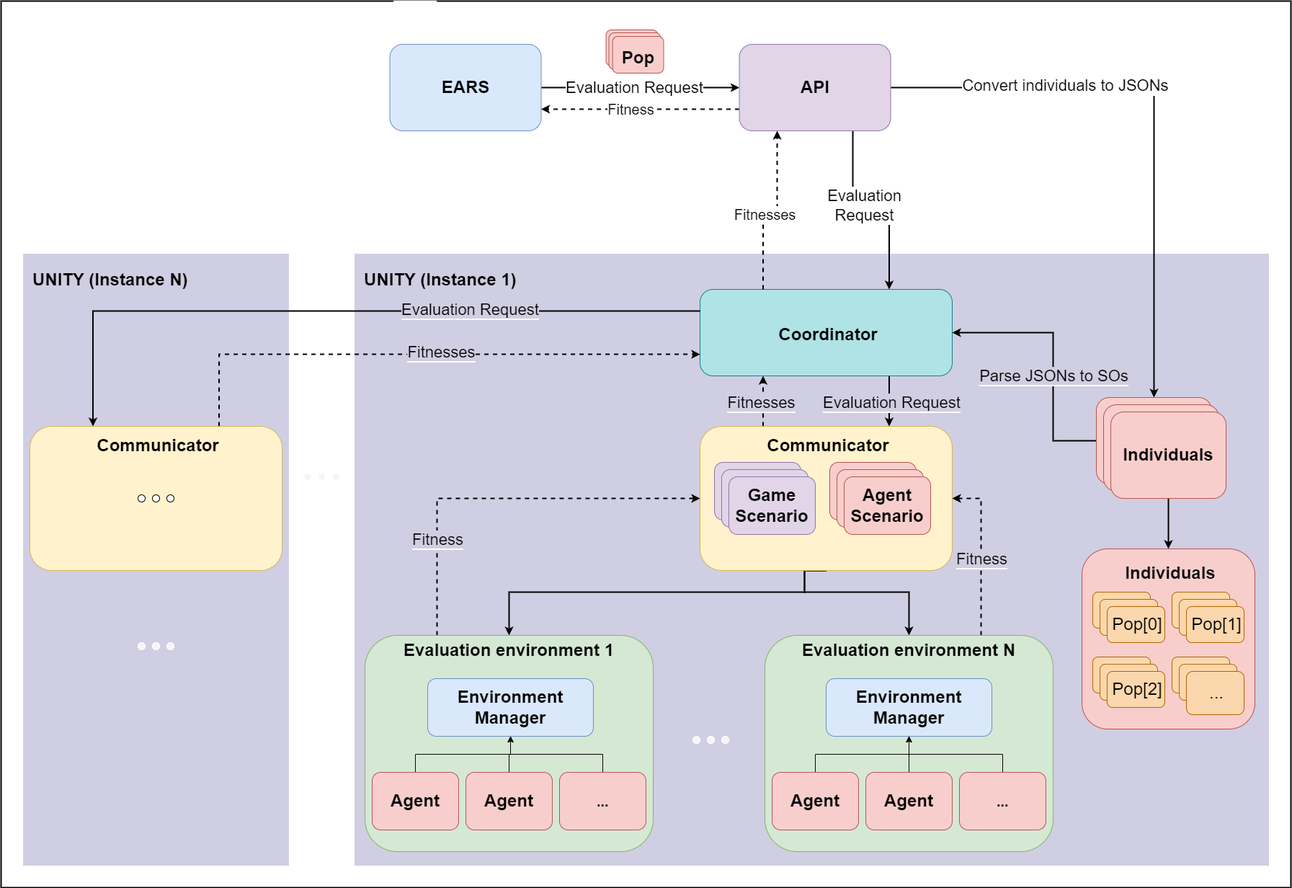
Before: docs/images/platform_architecture_orig.png, a diagram exported from draw.io (UM-LPM/GIANT). Source tidied: cells renumbered, new cells last; positions are measured from the earlier drawing's top-left corner, leaving out a move shared by most shapes.
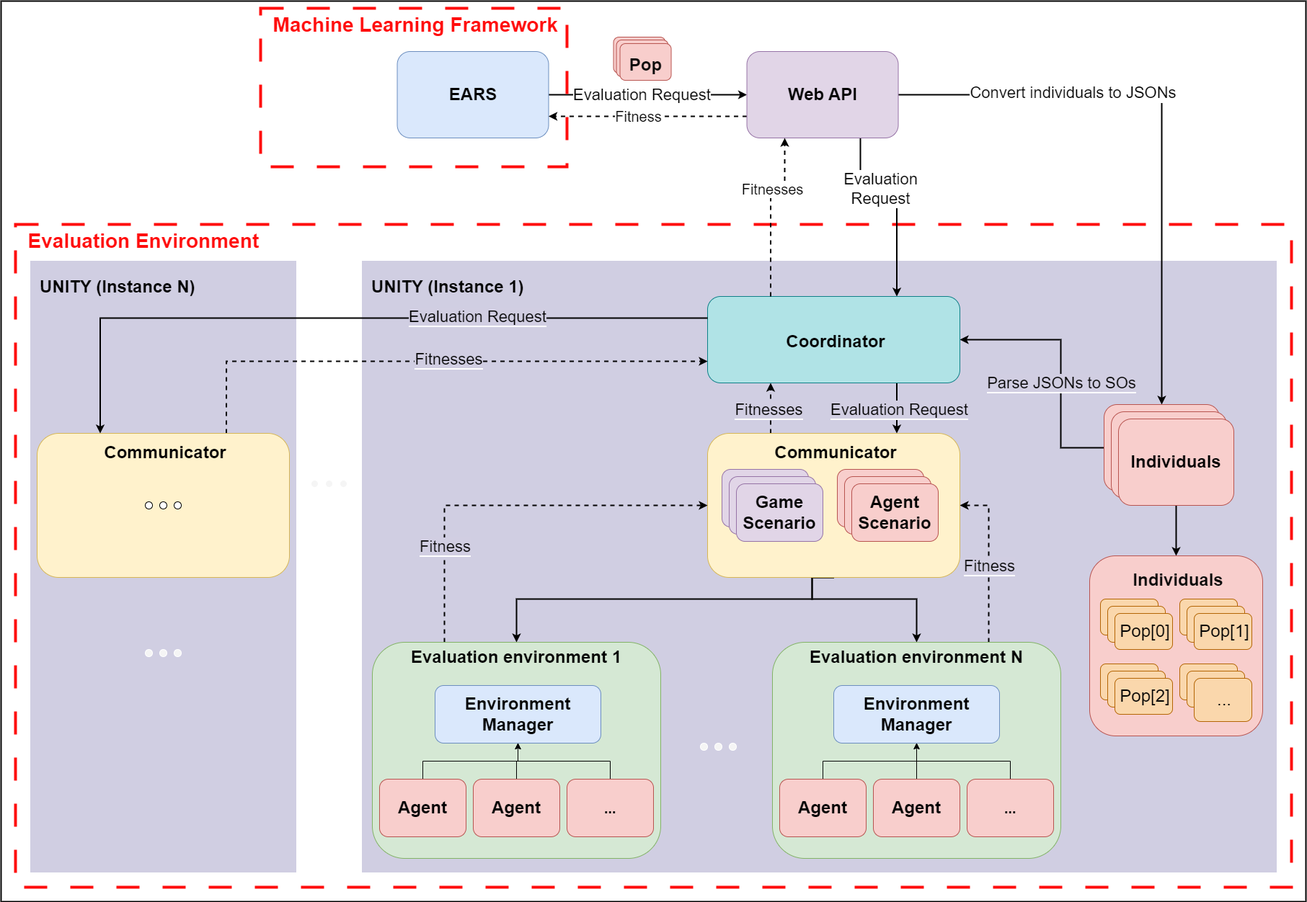
After the change.

The edit, as a diff of the source:
```diff
@@ -3,8 +3,11 @@
     <mxCell id="0" />
     <mxCell id="1" parent="0" />
     <mxCell id="2" value="&lt;h1 style=&quot;line-height: 120%; font-size: 24px;&quot;&gt;&lt;br&gt;&lt;/h1&gt;" style="rounded=0;whiteSpace=wrap;html=1;align=left;verticalAlign=top;glass=0;shadow=0;fontSize=24;labelPosition=center;verticalLabelPosition=middle;spacing=2;spacingLeft=12;fillColor=none;gradientColor=#b3b3b3;strokeColor=#000000;strokeWidth=2;" parent="1" vertex="1">
-      <mxGeometry width="1790" height="1230" as="geometry" />
+      <mxGeometry x="-10" y="-10" width="1810" height="1250" as="geometry" />
     </mxCell>
+    <mxCell id="91" value="&lt;font style=&quot;color: rgb(255, 13, 13); font-size: 28px;&quot;&gt;&lt;b style=&quot;&quot;&gt;&amp;nbsp; Evaluation Environment&lt;/b&gt;&lt;/font&gt;" style="rounded=0;whiteSpace=wrap;html=1;fillColor=none;strokeWidth=4;strokeColor=#FF0D0D;align=left;verticalAlign=top;dashed=1;dashPattern=8 8;" parent="1" vertex="1">
+      <mxGeometry x="10" y="300" width="1770" height="920" as="geometry" />
+    </mxCell>
     <mxCell id="3" value="&lt;h1 style=&quot;line-height: 120%; font-size: 24px;&quot;&gt;&lt;font color=&quot;#000000&quot; style=&quot;font-size: 24px;&quot;&gt;&lt;b style=&quot;font-size: 24px;&quot;&gt;UNITY (Instance 1)&lt;/b&gt;&lt;/font&gt;&lt;/h1&gt;" style="rounded=0;whiteSpace=wrap;html=1;align=left;verticalAlign=top;glass=0;shadow=0;fontSize=24;labelPosition=center;verticalLabelPosition=middle;spacing=2;spacingLeft=12;fillColor=#d0cee2;strokeColor=#ffffff;" parent="1" vertex="1">
       <mxGeometry x="490" y="350" width="1270" height="850" as="geometry" />
     </mxCell>
@@ -35,12 +38,19 @@
       <mxGeometry x="-0.39" y="3" relative="1" as="geometry" />
     </mxCell>
     <mxCell id="11" style="edgeStyle=orthogonalEdgeStyle;rounded=0;jettySize=auto;html=1;entryX=0.75;entryY=0;entryDx=0;entryDy=0;exitX=0.75;exitY=1;exitDx=0;exitDy=0;strokeWidth=2;" parent="1" edge="1" source="13" target="72">
-      <mxGeometry relative="1" as="geometry" />
+      <mxGeometry relative="1" as="geometry">
+        <Array as="points">
+          <mxPoint x="1182" y="260" />
+          <mxPoint x="1232" y="260" />
+        </Array>
+      </mxGeometry>
     </mxCell>
     <mxCell id="12" value="&lt;font style=&quot;font-size: 22px;&quot;&gt;Evaluation&lt;/font&gt;&lt;div&gt;&lt;font style=&quot;font-size: 22px;&quot;&gt;Request&lt;/font&gt;&lt;/div&gt;" style="edgeLabel;html=1;align=center;verticalAlign=middle;" parent="11" vertex="1">
-      <mxGeometry x="-0.07" y="7" relative="1" as="geometry" />
+      <mxGeometry x="-0.07" y="7" relative="1" as="geometry">
+        <mxPoint x="-18" y="-3" as="offset" />
+      </mxGeometry>
     </mxCell>
-    <mxCell id="13" value="&lt;font color=&quot;#000000&quot;&gt;&lt;span style=&quot;font-size: 24px;&quot;&gt;&lt;b&gt;API&lt;/b&gt;&lt;/span&gt;&lt;/font&gt;" style="rounded=1;whiteSpace=wrap;html=1;fillColor=#e1d5e7;strokeColor=#9673a6;" parent="1" vertex="1">
+    <mxCell id="13" value="&lt;font color=&quot;#000000&quot;&gt;&lt;span style=&quot;font-size: 24px;&quot;&gt;&lt;b&gt;Web API&lt;/b&gt;&lt;/span&gt;&lt;/font&gt;" style="rounded=1;whiteSpace=wrap;html=1;fillColor=#e1d5e7;strokeColor=#9673a6;" parent="1" vertex="1">
       <mxGeometry x="1024.5" y="60" width="210" height="120" as="geometry" />
     </mxCell>
     <mxCell id="14" style="edgeStyle=orthogonalEdgeStyle;rounded=0;jettySize=auto;html=1;exitX=0;exitY=0.5;exitDx=0;exitDy=0;entryX=1;entryY=0.5;entryDx=0;entryDy=0;strokeWidth=2;" parent="1" edge="1" source="15" target="72">
@@ -236,10 +246,17 @@
       <mxGeometry x="970" y="400" width="350" height="120" as="geometry" />
     </mxCell>
     <mxCell id="73" style="edgeStyle=orthogonalEdgeStyle;rounded=0;jettySize=auto;html=1;exitX=0.25;exitY=0;exitDx=0;exitDy=0;entryX=0.25;entryY=1;entryDx=0;entryDy=0;strokeWidth=2;dashed=1;" parent="1" edge="1" source="72" target="13">
-      <mxGeometry relative="1" as="geometry" />
+      <mxGeometry relative="1" as="geometry">
+        <Array as="points">
+          <mxPoint x="1058" y="250" />
+          <mxPoint x="1077" y="250" />
+        </Array>
+      </mxGeometry>
     </mxCell>
     <mxCell id="74" value="&lt;font style=&quot;font-size: 20px;&quot;&gt;Fitnesses&lt;/font&gt;" style="edgeLabel;html=1;align=center;verticalAlign=middle;" parent="73" vertex="1">
-      <mxGeometry x="-0.13" y="-2" relative="1" as="geometry" />
+      <mxGeometry x="-0.13" y="-2" relative="1" as="geometry">
+        <mxPoint y="-45" as="offset" />
+      </mxGeometry>
     </mxCell>
     <mxCell id="75" value="&lt;h1 style=&quot;line-height: 120%; font-size: 24px;&quot;&gt;&lt;font color=&quot;#000000&quot; style=&quot;font-size: 24px;&quot;&gt;&lt;b style=&quot;font-size: 24px;&quot;&gt;UNITY (Instance N)&lt;/b&gt;&lt;/font&gt;&lt;/h1&gt;" style="rounded=0;whiteSpace=wrap;html=1;align=left;verticalAlign=top;glass=0;shadow=0;fontSize=24;labelPosition=center;verticalLabelPosition=middle;spacing=2;spacingLeft=12;fillColor=#d0cee2;strokeColor=#ffffff;" parent="1" vertex="1">
       <mxGeometry x="30" y="350" width="370" height="850" as="geometry" />
@@ -293,5 +310,8 @@
     <mxCell id="90" value="&lt;span style=&quot;color: rgb(0, 0, 0); font-size: 22px; background-color: rgb(209, 206, 226);&quot;&gt;Parse JSONs to SOs&lt;/span&gt;" style="edgeLabel;html=1;align=center;verticalAlign=middle;" parent="1" vertex="1">
       <mxGeometry x="1460" y="520" as="geometry" />
     </mxCell>
+    <mxCell id="92" value="&lt;font style=&quot;color: rgb(255, 13, 13);&quot;&gt;&lt;b&gt;&amp;nbsp;&lt;/b&gt;&lt;/font&gt;&lt;b style=&quot;color: rgb(255, 13, 13); background-color: transparent;&quot;&gt;&amp;nbsp;Machine Learning Framework&lt;/b&gt;" style="rounded=0;whiteSpace=wrap;html=1;fillColor=none;strokeWidth=4;strokeColor=#FF0D0D;align=left;verticalAlign=top;dashed=1;dashPattern=8 8;fontSize=28;" parent="1" vertex="1">
+      <mxGeometry x="350" width="425" height="220" as="geometry" />
+    </mxCell>
   </root>
 </mxGraphModel>
```
